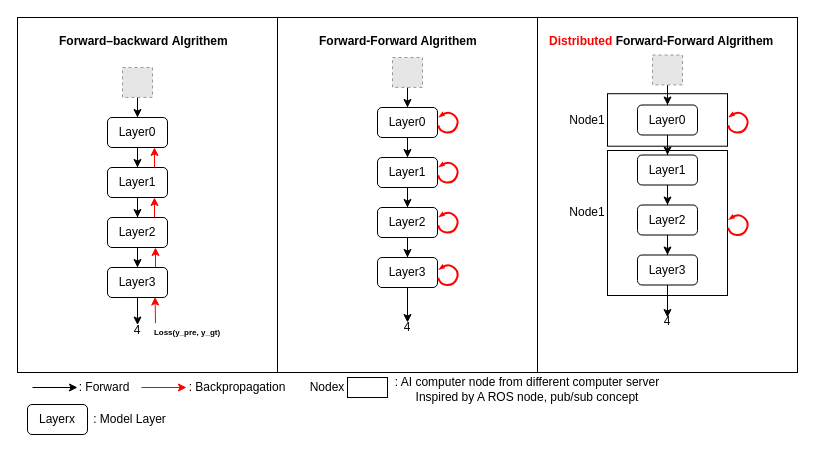
Above: assest/FFW_DFFW.drawio in dengbuqi/dffw (draw.io), before the change. Source tidied: cells renumbered, new cells numbered last; positions are measured from the earlier drawing's top-left corner, leaving out a move shared by most shapes. Both pictures are drawn from the tidied source at 100%, with x=0, y=0 at pixel (17, 17). Pictures stored in the file or linked from it are replaced by grey dashed boxes.
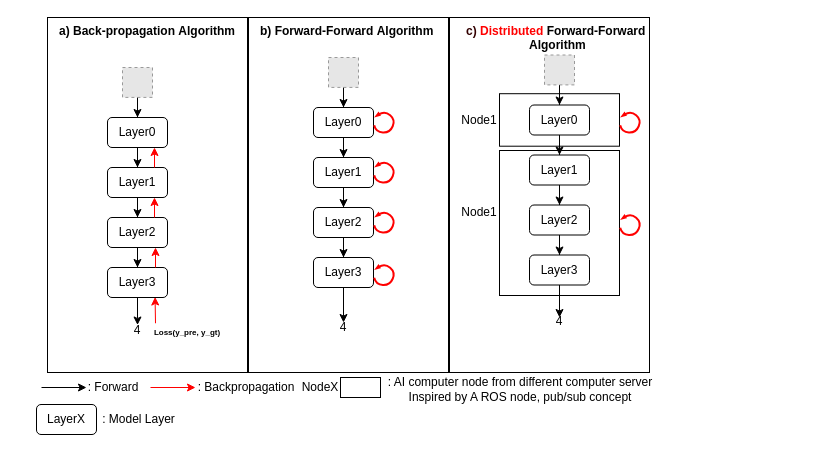
Above is the later version.

Change to the diagram source:
```diff
@@
     <mxCell id="2" style="rounded=0;whiteSpace=wrap;html=1;" parent="1" vertex="1">
-      <mxGeometry x="520" width="260" height="355" as="geometry" />
+      <mxGeometry x="432" width="200" height="355" as="geometry" />
     </mxCell>
     <mxCell id="3" style="rounded=0;whiteSpace=wrap;html=1;" parent="1" vertex="1">
-      <mxGeometry x="590" y="133" width="120" height="145" as="geometry" />
+      <mxGeometry x="482" y="133" width="120" height="145" as="geometry" />
     </mxCell>
     <mxCell id="4" style="rounded=0;whiteSpace=wrap;html=1;" parent="1" vertex="1">
-      <mxGeometry x="590" y="76.2" width="120" height="52.5" as="geometry" />
+      <mxGeometry x="482" y="76.2" width="120" height="52.5" as="geometry" />
     </mxCell>
     <mxCell id="5" style="rounded=0;whiteSpace=wrap;html=1;" parent="1" vertex="1">
-      <mxGeometry x="260" width="260" height="355" as="geometry" />
+      <mxGeometry x="231" width="200" height="355" as="geometry" />
     </mxCell>
-    <mxCell id="6" value="&lt;b&gt;Forward-Forward Algrithem&lt;/b&gt;" style="text;whiteSpace=wrap;html=1;" parent="1" vertex="1">
-      <mxGeometry x="300" y="10" width="180" height="30" as="geometry" />
+    <mxCell id="6" value="&lt;b&gt;b) Forward-Forward&amp;nbsp;&lt;/b&gt;&lt;b style=&quot;border-color: var(--border-color);&quot;&gt;Algorithm&lt;/b&gt;" style="text;whiteSpace=wrap;html=1;" parent="1" vertex="1">
+      <mxGeometry x="241" width="180" height="30" as="geometry" />
     </mxCell>
-    <mxCell id="7" value="&lt;b&gt;&lt;font color=&quot;#ff0000&quot;&gt;Distributed&lt;/font&gt; Forward-Forward Algrithem&lt;/b&gt;" style="text;whiteSpace=wrap;html=1;" parent="1" vertex="1">
-      <mxGeometry x="530" y="10" width="240" height="30" as="geometry" />
+    <mxCell id="7" value="&lt;div style=&quot;text-align: center;&quot;&gt;&lt;b style=&quot;background-color: initial;&quot;&gt;&lt;font color=&quot;#330000&quot;&gt;c)&lt;/font&gt;&lt;font color=&quot;#ff0000&quot;&gt; Distributed&lt;/font&gt; Forward-Forward&amp;nbsp;&lt;/b&gt;&lt;/div&gt;&lt;b&gt;&lt;div style=&quot;text-align: center;&quot;&gt;&lt;b style=&quot;background-color: initial; border-color: var(--border-color);&quot;&gt;Algorithm&lt;/b&gt;&lt;/div&gt;&lt;/b&gt;" style="text;whiteSpace=wrap;html=1;" parent="1" vertex="1">
+      <mxGeometry x="447" y="-0.5" width="190" height="30" as="geometry" />
     </mxCell>
     <mxCell id="8" style="rounded=0;whiteSpace=wrap;html=1;" parent="1" vertex="1">
-      <mxGeometry width="260" height="355" as="geometry" />
+      <mxGeometry x="30" width="200" height="355" as="geometry" />
     </mxCell>
-    <mxCell id="9" value="&lt;b&gt;Forward–backward&amp;nbsp;Algrithem&lt;/b&gt;" style="text;whiteSpace=wrap;html=1;" parent="1" vertex="1">
-      <mxGeometry x="40" y="10" width="180" height="30" as="geometry" />
+    <mxCell id="9" value="&lt;b&gt;a) Back-propagation&amp;nbsp;Algorithm&lt;/b&gt;" style="text;whiteSpace=wrap;html=1;" parent="1" vertex="1">
+      <mxGeometry x="40" width="180" height="30" as="geometry" />
     </mxCell>
@@
     <mxCell id="22" value="Layer0" style="rounded=1;whiteSpace=wrap;html=1;" parent="1" vertex="1">
-      <mxGeometry x="360" y="90" width="60" height="30" as="geometry" />
+      <mxGeometry x="296" y="90" width="60" height="30" as="geometry" />
     </mxCell>
@@
     <mxCell id="24" value="Layer1" style="rounded=1;whiteSpace=wrap;html=1;" parent="1" vertex="1">
-      <mxGeometry x="360" y="140" width="60" height="30" as="geometry" />
+      <mxGeometry x="296" y="140" width="60" height="30" as="geometry" />
     </mxCell>
@@
     <mxCell id="26" value="Layer2" style="rounded=1;whiteSpace=wrap;html=1;" parent="1" vertex="1">
-      <mxGeometry x="360" y="190" width="60" height="30" as="geometry" />
+      <mxGeometry x="296" y="190" width="60" height="30" as="geometry" />
     </mxCell>
@@
     <mxCell id="28" value="Layer3" style="rounded=1;whiteSpace=wrap;html=1;" parent="1" vertex="1">
-      <mxGeometry x="360" y="240" width="60" height="30" as="geometry" />
+      <mxGeometry x="296" y="240" width="60" height="30" as="geometry" />
     </mxCell>
@@
     <mxCell id="30" style="fillColor=#E6E6E6;strokeColor=#999999;dashed=1;verticalLabelPosition=bottom;labelBackgroundColor=default;verticalAlign=top;" parent="1" vertex="1">
-      <mxGeometry x="375" y="40" width="30" height="29.9" as="geometry" />
+      <mxGeometry x="311" y="40" width="30" height="29.9" as="geometry" />
     </mxCell>
     <mxCell id="31" value="4" style="text;html=1;strokeColor=none;fillColor=none;align=center;verticalAlign=middle;whiteSpace=wrap;rounded=0;" parent="1" vertex="1">
-      <mxGeometry x="385" y="305" width="10" height="10" as="geometry" />
+      <mxGeometry x="321" y="305" width="10" height="10" as="geometry" />
     </mxCell>
@@
     <mxCell id="33" value="Layer0" style="rounded=1;whiteSpace=wrap;html=1;" parent="1" vertex="1">
-      <mxGeometry x="620" y="87.5" width="60" height="30" as="geometry" />
+      <mxGeometry x="512" y="87.5" width="60" height="30" as="geometry" />
     </mxCell>
@@
     <mxCell id="35" value="Layer1" style="rounded=1;whiteSpace=wrap;html=1;" parent="1" vertex="1">
-      <mxGeometry x="620" y="137.5" width="60" height="30" as="geometry" />
+      <mxGeometry x="512" y="137.5" width="60" height="30" as="geometry" />
     </mxCell>
@@
     <mxCell id="37" value="Layer2" style="rounded=1;whiteSpace=wrap;html=1;" parent="1" vertex="1">
-      <mxGeometry x="620" y="187.5" width="60" height="30" as="geometry" />
+      <mxGeometry x="512" y="187.5" width="60" height="30" as="geometry" />
     </mxCell>
@@
     <mxCell id="39" value="Layer3" style="rounded=1;whiteSpace=wrap;html=1;" parent="1" vertex="1">
-      <mxGeometry x="620" y="237.5" width="60" height="30" as="geometry" />
+      <mxGeometry x="512" y="237.5" width="60" height="30" as="geometry" />
     </mxCell>
@@
     <mxCell id="41" style="fillColor=#E6E6E6;strokeColor=#999999;dashed=1;verticalLabelPosition=bottom;labelBackgroundColor=default;verticalAlign=top;" parent="1" vertex="1">
-      <mxGeometry x="635" y="37.5" width="30" height="29.9" as="geometry" />
+      <mxGeometry x="527" y="37.5" width="30" height="29.9" as="geometry" />
     </mxCell>
     <mxCell id="42" value="4" style="text;html=1;strokeColor=none;fillColor=none;align=center;verticalAlign=middle;whiteSpace=wrap;rounded=0;" parent="1" vertex="1">
-      <mxGeometry x="645" y="300" width="10" height="7.5" as="geometry" />
+      <mxGeometry x="537" y="300" width="10" height="7.5" as="geometry" />
     </mxCell>
@@
     <mxCell id="48" style="verticalLabelPosition=bottom;html=1;verticalAlign=top;strokeWidth=2;shape=mxgraph.lean_mapping.physical_pull;rotation=-135;strokeColor=#FF0000;" parent="1" vertex="1">
-      <mxGeometry x="420" y="247.5" width="20" height="20" as="geometry" />
+      <mxGeometry x="356" y="247.5" width="20" height="20" as="geometry" />
     </mxCell>
     <mxCell id="49" style="verticalLabelPosition=bottom;html=1;verticalAlign=top;strokeWidth=2;shape=mxgraph.lean_mapping.physical_pull;rotation=-135;strokeColor=#FF0000;" parent="1" vertex="1">
-      <mxGeometry x="420" y="195" width="20" height="20" as="geometry" />
+      <mxGeometry x="356" y="195" width="20" height="20" as="geometry" />
     </mxCell>
     <mxCell id="50" style="verticalLabelPosition=bottom;html=1;verticalAlign=top;strokeWidth=2;shape=mxgraph.lean_mapping.physical_pull;rotation=-135;strokeColor=#FF0000;" parent="1" vertex="1">
-      <mxGeometry x="420" y="145" width="20" height="20" as="geometry" />
+      <mxGeometry x="356" y="145" width="20" height="20" as="geometry" />
     </mxCell>
     <mxCell id="51" style="verticalLabelPosition=bottom;html=1;verticalAlign=top;strokeWidth=2;shape=mxgraph.lean_mapping.physical_pull;rotation=-135;strokeColor=#FF0000;" parent="1" vertex="1">
-      <mxGeometry x="420" y="95" width="20" height="20" as="geometry" />
+      <mxGeometry x="356" y="95" width="20" height="20" as="geometry" />
     </mxCell>
     <mxCell id="52" style="verticalLabelPosition=bottom;html=1;verticalAlign=top;strokeWidth=2;shape=mxgraph.lean_mapping.physical_pull;rotation=-135;strokeColor=#FF0000;" parent="1" vertex="1">
-      <mxGeometry x="710" y="197.5" width="20" height="20" as="geometry" />
+      <mxGeometry x="602" y="197.5" width="20" height="20" as="geometry" />
     </mxCell>
     <mxCell id="53" style="verticalLabelPosition=bottom;html=1;verticalAlign=top;strokeWidth=2;shape=mxgraph.lean_mapping.physical_pull;rotation=-135;strokeColor=#FF0000;" parent="1" vertex="1">
-      <mxGeometry x="710" y="95" width="20" height="20" as="geometry" />
+      <mxGeometry x="602" y="95" width="20" height="20" as="geometry" />
     </mxCell>
     <mxCell id="54" value="Node1" style="text;html=1;strokeColor=none;fillColor=none;align=center;verticalAlign=middle;whiteSpace=wrap;rounded=0;" parent="1" vertex="1">
-      <mxGeometry x="540" y="87.5" width="60" height="30" as="geometry" />
+      <mxGeometry x="432" y="87.5" width="60" height="30" as="geometry" />
     </mxCell>
     <mxCell id="55" value="Node1" style="text;html=1;strokeColor=none;fillColor=none;align=center;verticalAlign=middle;whiteSpace=wrap;rounded=0;" parent="1" vertex="1">
-      <mxGeometry x="540" y="180" width="60" height="30" as="geometry" />
+      <mxGeometry x="432" y="180" width="60" height="30" as="geometry" />
     </mxCell>
     <mxCell id="56" style="edgeStyle=orthogonalEdgeStyle;rounded=0;orthogonalLoop=1;jettySize=auto;html=1;strokeColor=#FF0000;" parent="1" edge="1">
       <mxGeometry relative="1" as="geometry">
-        <mxPoint x="124" y="370" as="sourcePoint" />
-        <mxPoint x="169" y="370" as="targetPoint" />
+        <mxPoint x="133" y="370" as="sourcePoint" />
+        <mxPoint x="178" y="370" as="targetPoint" />
       </mxGeometry>
     </mxCell>
     <mxCell id="57" style="edgeStyle=orthogonalEdgeStyle;rounded=0;orthogonalLoop=1;jettySize=auto;html=1;strokeColor=#000000;" parent="1" edge="1">
       <mxGeometry relative="1" as="geometry">
-        <mxPoint x="15" y="370" as="sourcePoint" />
-        <mxPoint x="60" y="370" as="targetPoint" />
+        <mxPoint x="24" y="370" as="sourcePoint" />
+        <mxPoint x="69" y="370" as="targetPoint" />
       </mxGeometry>
     </mxCell>
     <mxCell id="58" value=": Forward" style="text;html=1;strokeColor=none;fillColor=none;align=center;verticalAlign=middle;whiteSpace=wrap;rounded=0;" parent="1" vertex="1">
-      <mxGeometry x="57" y="355" width="60" height="30" as="geometry" />
+      <mxGeometry x="66" y="355" width="60" height="30" as="geometry" />
     </mxCell>
     <mxCell id="59" value=": Backpropagation" style="text;html=1;strokeColor=none;fillColor=none;align=center;verticalAlign=middle;whiteSpace=wrap;rounded=0;" parent="1" vertex="1">
-      <mxGeometry x="170" y="355" width="100" height="30" as="geometry" />
+      <mxGeometry x="179" y="355" width="100" height="30" as="geometry" />
     </mxCell>
-    <mxCell id="60" value="Nodex" style="text;html=1;strokeColor=none;fillColor=none;align=center;verticalAlign=middle;whiteSpace=wrap;rounded=0;" parent="1" vertex="1">
-      <mxGeometry x="280" y="355" width="60" height="30" as="geometry" />
+    <mxCell id="60" value="NodeX" style="text;html=1;strokeColor=none;fillColor=none;align=center;verticalAlign=middle;whiteSpace=wrap;rounded=0;" parent="1" vertex="1">
+      <mxGeometry x="273" y="355" width="60" height="30" as="geometry" />
     </mxCell>
     <mxCell id="61" style="rounded=0;whiteSpace=wrap;html=1;" parent="1" vertex="1">
-      <mxGeometry x="330" y="360" width="40" height="20" as="geometry" />
+      <mxGeometry x="323" y="360" width="40" height="20" as="geometry" />
     </mxCell>
     <mxCell id="62" value=": AI computer node from different computer server&lt;br&gt;Inspired by A ROS node, pub/sub concept" style="text;html=1;strokeColor=none;fillColor=none;align=center;verticalAlign=middle;whiteSpace=wrap;rounded=0;" parent="1" vertex="1">
-      <mxGeometry x="370" y="357" width="280" height="30" as="geometry" />
+      <mxGeometry x="363" y="357" width="280" height="30" as="geometry" />
     </mxCell>
-    <mxCell id="63" value="Layerx" style="rounded=1;whiteSpace=wrap;html=1;" parent="1" vertex="1">
-      <mxGeometry x="10" y="387" width="60" height="30" as="geometry" />
+    <mxCell id="63" value="LayerX" style="rounded=1;whiteSpace=wrap;html=1;" parent="1" vertex="1">
+      <mxGeometry x="19" y="387" width="60" height="30" as="geometry" />
     </mxCell>
     <mxCell id="64" value=": Model Layer" style="text;html=1;strokeColor=none;fillColor=none;align=center;verticalAlign=middle;whiteSpace=wrap;rounded=0;" parent="1" vertex="1">
-      <mxGeometry x="75" y="387" width="75" height="30" as="geometry" />
+      <mxGeometry x="84" y="387" width="75" height="30" as="geometry" />
     </mxCell>
```
